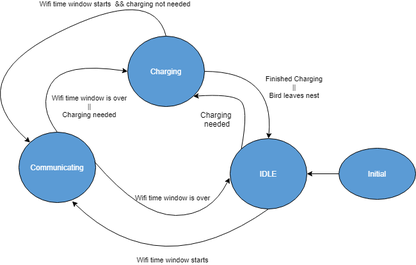
This is Informe/Ingenieria de Detalle/ImagenesIngenieria de Detalle/Diagrama_de_Estados.png from tlondero/Dise-o, a draw.io export, as it was before one commit. Source tidied: cells renumbered, new cells last; positions are measured from the earlier drawing's top-left corner, leaving out a move shared by most shapes.
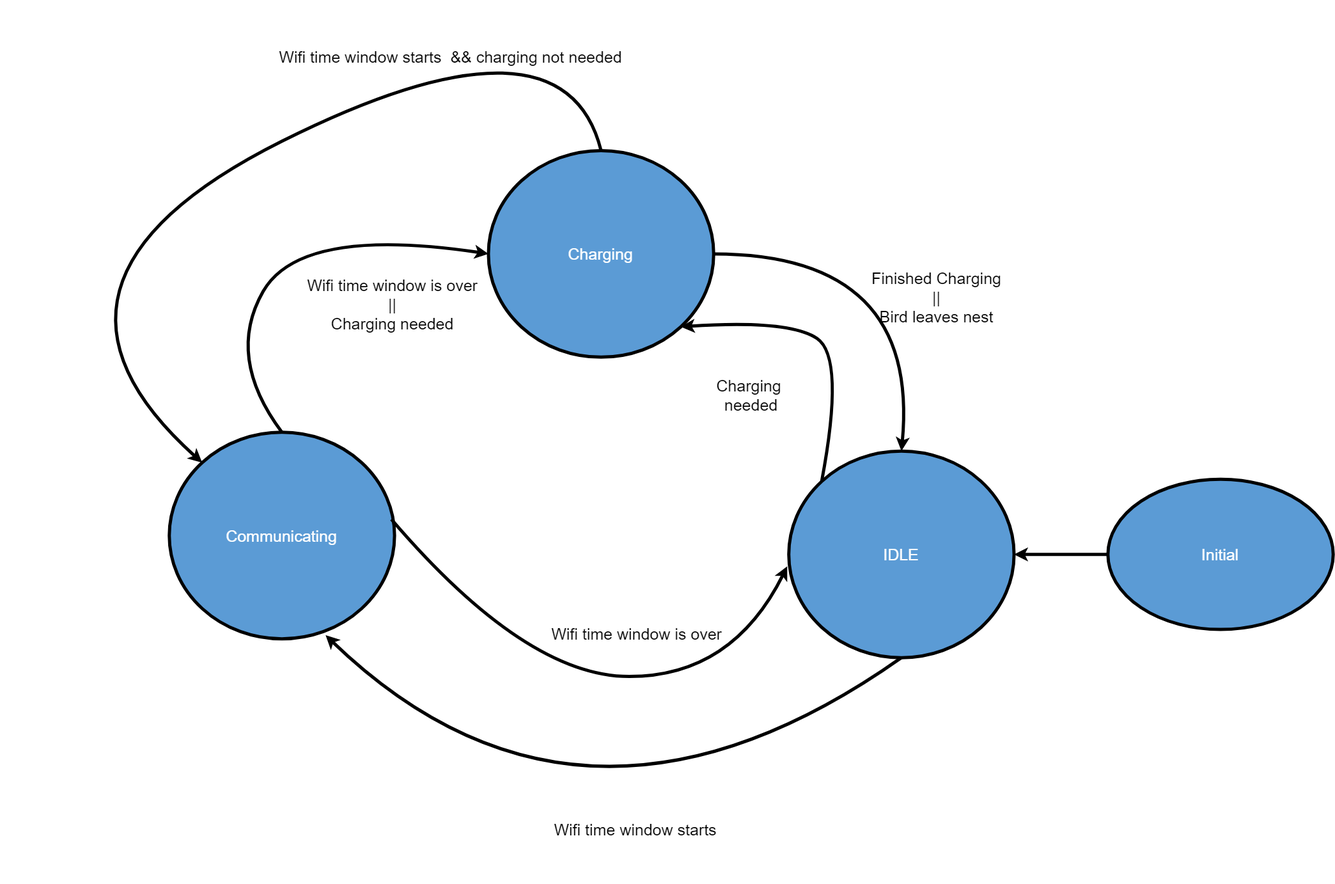
Above is the later version.

Diff of the diagram source:
```diff
@@ -2,69 +2,74 @@
   <root>
     <mxCell id="0" />
     <mxCell id="1" parent="0" />
+    <mxCell id="14" style="group;" parent="1" vertex="1">
+      <mxGeometry x="-190" y="-310" width="2084.7" height="1380" as="geometry" />
+    </mxCell>
-    <mxCell id="2" value="Charging&lt;br&gt;" style="ellipse;whiteSpace=wrap;html=1;fillColor=#5B9BD5;fontColor=#FFFFFF;" parent="1" vertex="1">
-      <mxGeometry x="260" y="80" width="120" height="110" as="geometry" />
+    <mxCell id="2" value="Charging&lt;br style=&quot;font-size: 25px;&quot;&gt;" style="ellipse;whiteSpace=wrap;html=1;fillColor=#5B9BD5;fontColor=#FFFFFF;strokeWidth=5;fontSize=25;" parent="14" vertex="1">
+      <mxGeometry x="763.4" y="234.9" width="352.3" height="323" as="geometry" />
     </mxCell>
-    <mxCell id="3" value="IDLE" style="ellipse;whiteSpace=wrap;html=1;fillColor=#5B9BD5;fontColor=#FFFFFF;" parent="1" vertex="1">
-      <mxGeometry x="420" y="240" width="120" height="110" as="geometry" />
+    <mxCell id="3" value="IDLE" style="ellipse;whiteSpace=wrap;html=1;fillColor=#5B9BD5;fontColor=#FFFFFF;strokeWidth=5;fontSize=25;" parent="14" vertex="1">
+      <mxGeometry x="1233.2" y="704.7" width="352.3" height="323" as="geometry" />
     </mxCell>
-    <mxCell id="4" value="Communicating" style="ellipse;whiteSpace=wrap;html=1;fillColor=#5B9BD5;fontColor=#FFFFFF;" parent="1" vertex="1">
-      <mxGeometry x="90" y="230" width="120" height="110" as="geometry" />
+    <mxCell id="4" value="Communicating" style="ellipse;whiteSpace=wrap;html=1;fillColor=#5B9BD5;fontColor=#FFFFFF;strokeWidth=5;fontSize=25;" parent="14" vertex="1">
+      <mxGeometry x="264.3" y="675.3" width="352.3" height="323" as="geometry" />
     </mxCell>
-    <mxCell id="5" value="Wifi time window is over&lt;br&gt;||&lt;br&gt;Charging needed" style="curved=1;endArrow=classic;html=1;exitX=0.5;exitY=0;exitDx=0;exitDy=0;entryX=0;entryY=0.5;entryDx=0;entryDy=0;labelBackgroundColor=none;" parent="1" edge="1" source="4" target="2">
-      <mxGeometry x="0.56" y="-63" relative="1" as="geometry">
+    <mxCell id="5" value="Wifi time window is over&lt;br style=&quot;font-size: 25px;&quot;&gt;||&lt;br style=&quot;font-size: 25px;&quot;&gt;Charging needed" style="curved=1;endArrow=classic;html=1;exitX=0.5;exitY=0;exitDx=0;exitDy=0;entryX=0;entryY=0.5;entryDx=0;entryDy=0;labelBackgroundColor=none;strokeWidth=5;fontSize=25;" parent="14" edge="1" source="4" target="2">
+      <mxGeometry x="0.59" y="-100" relative="1" as="geometry">
         <Array as="points">
-          <mxPoint x="120" y="190" />
-          <mxPoint x="160" y="120" />
+          <mxPoint x="352.3" y="557.9" />
+          <mxPoint x="469.8" y="352.3" />
         </Array>
+        <mxPoint x="1" as="offset" />
       </mxGeometry>
     </mxCell>
-    <mxCell id="6" value="Finished Charging&lt;br&gt;||&lt;br&gt;Bird leaves nest" style="curved=1;endArrow=classic;html=1;exitX=1;exitY=0.5;exitDx=0;exitDy=0;entryX=0.5;entryY=0;entryDx=0;entryDy=0;labelBackgroundColor=none;" parent="1" edge="1" source="2" target="3">
+    <mxCell id="6" value="Finished Charging&lt;br style=&quot;font-size: 25px;&quot;&gt;||&lt;br style=&quot;font-size: 25px;&quot;&gt;Bird leaves nest" style="curved=1;endArrow=classic;html=1;exitX=1;exitY=0.5;exitDx=0;exitDy=0;entryX=0.5;entryY=0;entryDx=0;entryDy=0;labelBackgroundColor=none;strokeWidth=5;fontSize=25;" parent="14" edge="1" source="2" target="3">
       <mxGeometry x="0.23" y="32" relative="1" as="geometry">
         <Array as="points">
-          <mxPoint x="490" y="135" />
+          <mxPoint x="1438.7" y="396.4" />
         </Array>
       </mxGeometry>
     </mxCell>
-    <mxCell id="7" value="Wifi time window starts" style="curved=1;endArrow=classic;html=1;exitX=0.5;exitY=1;exitDx=0;exitDy=0;entryX=0.694;entryY=0.982;entryDx=0;entryDy=0;entryPerimeter=0;labelBackgroundColor=none;" parent="1" edge="1" source="3" target="4">
+    <mxCell id="7" value="Wifi time window starts" style="curved=1;endArrow=classic;html=1;exitX=0.5;exitY=1;exitDx=0;exitDy=0;entryX=0.694;entryY=0.982;entryDx=0;entryDy=0;entryPerimeter=0;labelBackgroundColor=none;strokeWidth=5;fontSize=25;" parent="14" edge="1" source="3" target="4">
       <mxGeometry x="-0.15" y="-21" relative="1" as="geometry">
         <Array as="points">
-          <mxPoint x="310" y="470" />
+          <mxPoint x="910.2" y="1380" />
         </Array>
       </mxGeometry>
     </mxCell>
-    <mxCell id="8" value="&lt;br&gt;&lt;br&gt;&lt;span style=&quot;color: rgb(0 , 0 , 0) ; font-family: &amp;#34;helvetica&amp;#34; ; font-size: 11px ; font-style: normal ; font-weight: 400 ; letter-spacing: normal ; text-align: center ; text-indent: 0px ; text-transform: none ; word-spacing: 0px ; display: inline ; float: none&quot;&gt;Wifi time window is over&lt;/span&gt;" style="curved=1;endArrow=classic;html=1;exitX=0.986;exitY=0.421;exitDx=0;exitDy=0;exitPerimeter=0;entryX=-0.007;entryY=0.558;entryDx=0;entryDy=0;entryPerimeter=0;labelBackgroundColor=none;" parent="1" edge="1" source="4" target="3">
-      <mxGeometry x="0.12" y="40" relative="1" as="geometry">
+    <mxCell id="8" value="&lt;br style=&quot;font-size: 25px;&quot;&gt;&lt;br style=&quot;font-size: 25px;&quot;&gt;&lt;span style=&quot;color: rgb(0, 0, 0); font-family: helvetica; font-size: 25px; font-style: normal; font-weight: 400; letter-spacing: normal; text-align: center; text-indent: 0px; text-transform: none; word-spacing: 0px; display: inline; float: none;&quot;&gt;Wifi time window is over&lt;/span&gt;" style="curved=1;endArrow=classic;html=1;exitX=0.986;exitY=0.421;exitDx=0;exitDy=0;exitPerimeter=0;entryX=-0.007;entryY=0.558;entryDx=0;entryDy=0;entryPerimeter=0;labelBackgroundColor=none;strokeWidth=5;fontSize=25;" parent="14" edge="1" source="4" target="3">
+      <mxGeometry x="0.19" y="97" relative="1" as="geometry">
         <Array as="points">
-          <mxPoint x="280" y="360" />
-          <mxPoint x="390" y="360" />
+          <mxPoint x="822.1" y="1057" />
+          <mxPoint x="1145.1" y="1057" />
         </Array>
+        <mxPoint x="-1" as="offset" />
       </mxGeometry>
     </mxCell>
-    <mxCell id="9" style="curved=1;endArrow=classic;html=1;entryX=1;entryY=1;entryDx=0;entryDy=0;exitX=0;exitY=0;exitDx=0;exitDy=0;" parent="1" edge="1" source="3" target="2">
+    <mxCell id="9" style="curved=1;endArrow=classic;html=1;entryX=1;entryY=1;entryDx=0;entryDy=0;exitX=0;exitY=0;exitDx=0;exitDy=0;strokeWidth=5;fontSize=25;" parent="14" edge="1" source="3" target="2">
       <mxGeometry relative="1" as="geometry">
         <Array as="points">
-          <mxPoint x="450" y="190" />
-          <mxPoint x="420" y="170" />
+          <mxPoint x="1321.3" y="557.9" />
+          <mxPoint x="1233.2" y="499.1" />
         </Array>
       </mxGeometry>
     </mxCell>
-    <mxCell id="10" value="Charging&amp;nbsp; needed" style="text;html=1;strokeColor=none;fillColor=none;align=center;verticalAlign=middle;whiteSpace=wrap;rounded=0;" parent="1" vertex="1">
-      <mxGeometry x="380" y="200" width="40" height="20" as="geometry" />
+    <mxCell id="10" value="Charging&amp;nbsp; needed" style="text;html=1;strokeColor=none;fillColor=none;align=center;verticalAlign=middle;whiteSpace=wrap;rounded=0;strokeWidth=5;fontSize=25;" parent="14" vertex="1">
+      <mxGeometry x="1115.7" y="587.2" width="117.4" height="58.7" as="geometry" />
     </mxCell>
-    <mxCell id="11" value="Wifi time window starts&amp;nbsp; &amp;amp;&amp;amp; charging not needed" style="curved=1;endArrow=classic;html=1;exitX=0.5;exitY=0;exitDx=0;exitDy=0;entryX=0;entryY=0;entryDx=0;entryDy=0;labelBackgroundColor=none;" parent="1" edge="1" source="2" target="4">
+    <mxCell id="11" value="Wifi time window starts&amp;nbsp; &amp;amp;&amp;amp; charging not needed" style="curved=1;endArrow=classic;html=1;exitX=0.5;exitY=0;exitDx=0;exitDy=0;entryX=0;entryY=0;entryDx=0;entryDy=0;labelBackgroundColor=none;strokeWidth=5;fontSize=25;" parent="14" edge="1" source="2" target="4">
       <mxGeometry x="-0.47" relative="1" as="geometry">
         <Array as="points">
-          <mxPoint x="300" />
-          <mxPoint y="150" />
+          <mxPoint x="880.9" />
+          <mxPoint y="440.4" />
         </Array>
       </mxGeometry>
     </mxCell>
-    <mxCell id="12" style="edgeStyle=orthogonalEdgeStyle;rounded=0;jettySize=auto;html=1;" parent="1" edge="1" source="13" target="3">
+    <mxCell id="12" style="edgeStyle=orthogonalEdgeStyle;rounded=0;jettySize=auto;html=1;strokeWidth=5;fontSize=25;" parent="14" edge="1" source="13" target="3">
       <mxGeometry relative="1" as="geometry" />
     </mxCell>
-    <mxCell id="13" value="Initial" style="ellipse;whiteSpace=wrap;html=1;fillColor=#5B9BD5;fontColor=#FFFFFF;" parent="1" vertex="1">
-      <mxGeometry x="590" y="255" width="120" height="80" as="geometry" />
+    <mxCell id="13" value="Initial" style="ellipse;whiteSpace=wrap;html=1;fillColor=#5B9BD5;fontColor=#FFFFFF;strokeWidth=5;fontSize=25;" parent="14" vertex="1">
+      <mxGeometry x="1732.3" y="748.7" width="352.3" height="234.9" as="geometry" />
     </mxCell>
   </root>
 </mxGraphModel>
```
